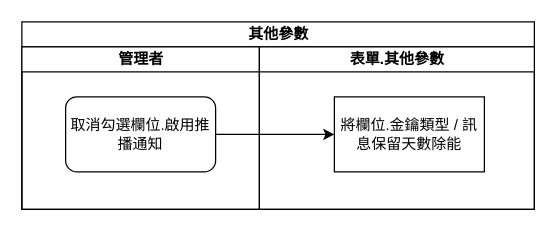
This is page "停用推播通知" (3 of 7) of 8.10.0/UPDATE/ITEM_2/RTE/diagram/其他參數.drawio from ArcareRD/sadocs, a draw.io file, before an edit. Source tidied: cells renumbered, new cells numbered last; positions are measured from the earlier drawing's top-left corner, leaving out a move shared by most shapes. Both pictures are drawn from the tidied source at 125%, with x=0, y=0 at pixel (21, 21).
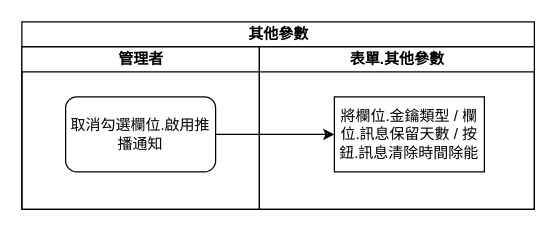
The same diagram, later.

What changed in the source:
```diff
@@
 <mxGraphModel>
   <root>
     <mxCell id="0" />
     <mxCell id="1" parent="0" />
     <mxCell id="2" value="其他參數" style="swimlane;html=1;startSize=20;" parent="1" vertex="1">
       <mxGeometry width="410" height="150" as="geometry" />
     </mxCell>
     <mxCell id="3" value="管理者" style="swimlane;html=1;startSize=20;" parent="2" vertex="1">
       <mxGeometry y="20" width="190" height="130" as="geometry" />
     </mxCell>
     <mxCell id="4" value="取消勾選欄位.啟用推播通知" style="rounded=1;whiteSpace=wrap;html=1;" parent="3" vertex="1">
       <mxGeometry x="35" y="40" width="120" height="60" as="geometry" />
     </mxCell>
     <mxCell id="5" value="表單.其他參數" style="swimlane;html=1;startSize=20;" parent="2" vertex="1">
       <mxGeometry x="190" y="20" width="220" height="130" as="geometry" />
     </mxCell>
-    <mxCell id="6" value="將欄位.金鑰類型 / 訊息保留天數除能" style="rounded=0;whiteSpace=wrap;html=1;" parent="5" vertex="1">
+    <mxCell id="6" value="將欄位.金鑰類型 / 欄位.訊息保留天數 / 按鈕.訊息清除時間除能" style="rounded=0;whiteSpace=wrap;html=1;" parent="5" vertex="1">
       <mxGeometry x="60" y="40" width="120" height="60" as="geometry" />
     </mxCell>
     <mxCell id="7" style="edgeStyle=orthogonalEdgeStyle;rounded=0;jettySize=auto;html=1;" parent="2" edge="1" source="4" target="6">
       <mxGeometry relative="1" as="geometry" />
     </mxCell>
   </root>
 </mxGraphModel>
```
